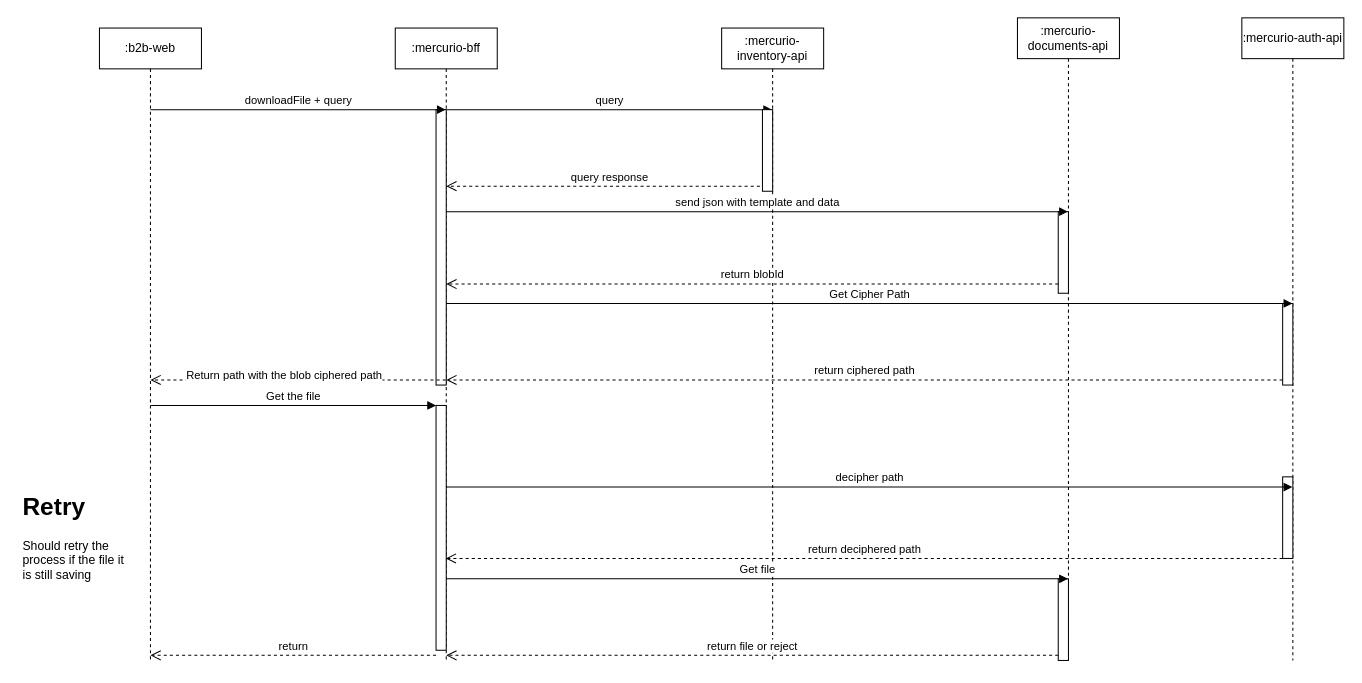
The draw.io diagram downloadCache.drawio in zearkiatos/diagrams, before the edit. Source tidied: cells renumbered, new cells numbered last; positions are measured from the earlier drawing's top-left corner, leaving out a move shared by most shapes. Both pictures are drawn from the tidied source at 102%, with x=0, y=0 at pixel (17, 17).
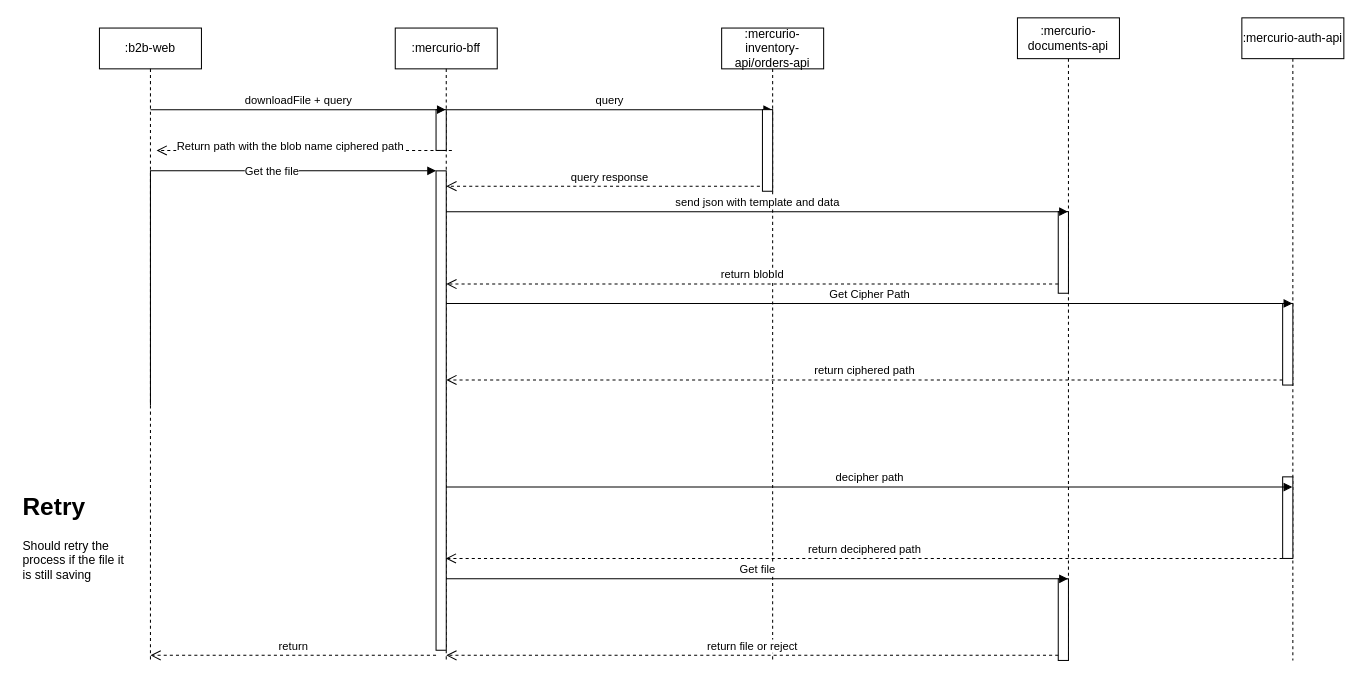
After the change.

The change refers to these unchanged cells:
```xml
<mxCell id="3" value=":mercurio-bff" style="shape=umlLifeline;perimeter=lifelinePerimeter;whiteSpace=wrap;html=1;outlineConnect=0;portConstraint=eastwest;newEdgeStyle={&quot;edgeStyle&quot;:&quot;elbowEdgeStyle&quot;,&quot;elbow&quot;:&quot;vertical&quot;,&quot;curved&quot;:0,&quot;rounded&quot;:0};" parent="1" vertex="1">
  <mxGeometry x="370" y="10" width="100" height="620" as="geometry" />
</mxCell>
```

What changed in the source:
```diff
@@
     <mxCell id="4" style="html=1;perimeter=orthogonalPerimeter;targetShapes=umlLifeline;newEdgeStyle={&quot;edgeStyle&quot;:&quot;elbowEdgeStyle&quot;,&quot;elbow&quot;:&quot;vertical&quot;,&quot;curved&quot;:0,&quot;rounded&quot;:0};" parent="3" vertex="1">
-      <mxGeometry x="40" y="80" width="10" height="270" as="geometry" />
+      <mxGeometry x="40" y="80" width="10" height="40" as="geometry" />
     </mxCell>
     <mxCell id="5" style="html=1;points=[];perimeter=orthogonalPerimeter;outlineConnect=0;targetShapes=umlLifeline;portConstraint=eastwest;newEdgeStyle={&quot;edgeStyle&quot;:&quot;elbowEdgeStyle&quot;,&quot;elbow&quot;:&quot;vertical&quot;,&quot;curved&quot;:0,&quot;rounded&quot;:0};" parent="3" vertex="1">
-      <mxGeometry x="40" y="370" width="10" height="240" as="geometry" />
+      <mxGeometry x="40" y="140" width="10" height="470" as="geometry" />
     </mxCell>
@@
     <mxCell id="13" style="html=1;verticalAlign=bottom;endArrow=open;dashed=1;endSize=8;edgeStyle=elbowEdgeStyle;elbow=vertical;curved=0;rounded=0;" parent="1" edge="1">
       <mxGeometry relative="1" as="geometry">
-        <mxPoint x="419.5" y="355" as="sourcePoint" />
-        <mxPoint x="130" y="355" as="targetPoint" />
+        <mxPoint x="425.5" y="130" as="sourcePoint" />
+        <mxPoint x="136" y="130" as="targetPoint" />
         <Array as="points">
-          <mxPoint x="170" y="355" />
-          <mxPoint x="220" y="355" />
-          <mxPoint x="340" y="355" />
-          <mxPoint x="420" y="260" />
+          <mxPoint x="176" y="130" />
+          <mxPoint x="226" y="130" />
+          <mxPoint x="346" y="130" />
+          <mxPoint x="426" y="35" />
         </Array>
       </mxGeometry>
     </mxCell>
-    <mxCell id="14" value="Return path with the blob ciphered path" style="edgeLabel;html=1;align=center;verticalAlign=middle;" parent="13" vertex="1">
+    <mxCell id="14" value="Return path with the blob name ciphered path" style="edgeLabel;html=1;align=center;verticalAlign=middle;" parent="13" vertex="1">
       <mxGeometry x="0.18" relative="1" as="geometry">
         <mxPoint x="12" y="-5" as="offset" />
       </mxGeometry>
     </mxCell>
@@
-    <mxCell id="17" value=":mercurio-inventory-api" style="shape=umlLifeline;perimeter=lifelinePerimeter;whiteSpace=wrap;html=1;outlineConnect=0;portConstraint=eastwest;newEdgeStyle={&quot;edgeStyle&quot;:&quot;elbowEdgeStyle&quot;,&quot;elbow&quot;:&quot;vertical&quot;,&quot;curved&quot;:0,&quot;rounded&quot;:0};" parent="1" vertex="1">
+    <mxCell id="17" value=":mercurio-inventory-api/orders-api" style="shape=umlLifeline;perimeter=lifelinePerimeter;whiteSpace=wrap;html=1;outlineConnect=0;portConstraint=eastwest;newEdgeStyle={&quot;edgeStyle&quot;:&quot;elbowEdgeStyle&quot;,&quot;elbow&quot;:&quot;vertical&quot;,&quot;curved&quot;:0,&quot;rounded&quot;:0};" parent="1" vertex="1">
       <mxGeometry x="690" y="10" width="100" height="620" as="geometry" />
     </mxCell>
@@
     <mxCell id="23" value="Get the file" style="html=1;verticalAlign=bottom;endArrow=block;edgeStyle=elbowEdgeStyle;elbow=vertical;curved=0;rounded=0;" parent="1" edge="1" target="5">
-      <mxGeometry relative="1" as="geometry">
+      <mxGeometry x="0.37" y="-10" relative="1" as="geometry">
         <mxPoint x="130" y="380" as="sourcePoint" />
+        <Array as="points">
+          <mxPoint x="340" y="150" />
+        </Array>
       </mxGeometry>
     </mxCell>
```
